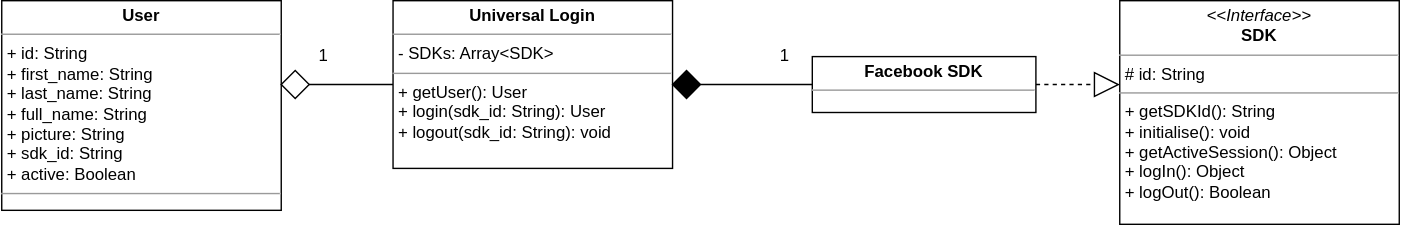
treeindev/uml-diagrams keeps this draw.io diagram as UML Class Diagrams/UML Class Diagram - Facebook SDK User.svg. Above is the earlier version. Source tidied: cells renumbered, new cells last; positions are measured from the earlier drawing's top-left corner, leaving out a move shared by most shapes.
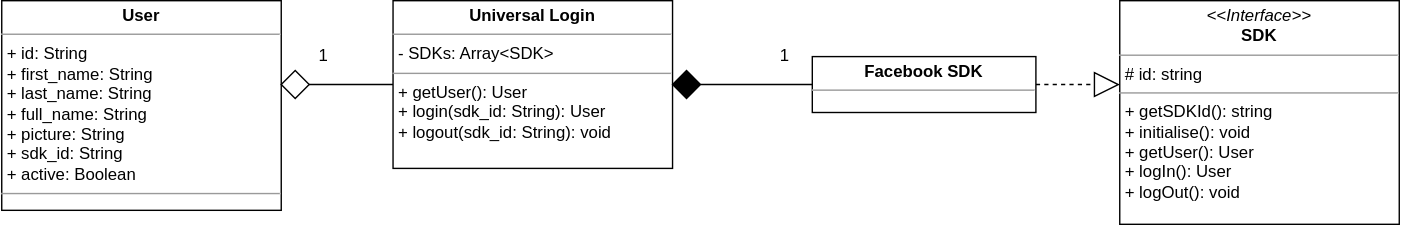
After the commit.

Change to the diagram source:
```diff
@@ -11,7 +11,7 @@
     <mxCell id="4" value="&lt;p style=&quot;margin: 0px ; margin-top: 4px ; text-align: center&quot;&gt;&lt;b&gt;Universal Login&lt;/b&gt;&lt;/p&gt;&lt;hr size=&quot;1&quot;&gt;&lt;p style=&quot;margin: 0px ; margin-left: 4px&quot;&gt;- SDKs: Array&amp;lt;SDK&amp;gt;&lt;/p&gt;&lt;hr size=&quot;1&quot;&gt;&lt;p style=&quot;margin: 0px ; margin-left: 4px&quot;&gt;+ getUser(): User&lt;/p&gt;&lt;p style=&quot;margin: 0px ; margin-left: 4px&quot;&gt;+ login(sdk_id: String): User&lt;/p&gt;&lt;p style=&quot;margin: 0px ; margin-left: 4px&quot;&gt;+ logout(sdk_id: String): void&lt;/p&gt;" style="verticalAlign=top;align=left;overflow=fill;fontSize=12;fontFamily=Helvetica;html=1;fillColor=default;" parent="1" vertex="1">
       <mxGeometry x="280" width="200" height="120" as="geometry" />
     </mxCell>
-    <mxCell id="5" value="&lt;p style=&quot;margin: 0px ; margin-top: 4px ; text-align: center&quot;&gt;&lt;i&gt;&amp;lt;&amp;lt;Interface&amp;gt;&amp;gt;&lt;/i&gt;&lt;br&gt;&lt;b&gt;SDK&lt;/b&gt;&lt;/p&gt;&lt;hr size=&quot;1&quot;&gt;&lt;p style=&quot;margin: 0px ; margin-left: 4px&quot;&gt;# id: String&lt;br&gt;&lt;/p&gt;&lt;hr size=&quot;1&quot;&gt;&lt;p style=&quot;margin: 0px ; margin-left: 4px&quot;&gt;+ getSDKId(): String&lt;/p&gt;&lt;p style=&quot;margin: 0px ; margin-left: 4px&quot;&gt;+ initialise(): void&lt;/p&gt;&lt;p style=&quot;margin: 0px ; margin-left: 4px&quot;&gt;+ getActiveSession(): Object&lt;/p&gt;&lt;p style=&quot;margin: 0px ; margin-left: 4px&quot;&gt;+ logIn(): Object&lt;/p&gt;&lt;p style=&quot;margin: 0px ; margin-left: 4px&quot;&gt;+ logOut(): Boolean&lt;/p&gt;" style="verticalAlign=top;align=left;overflow=fill;fontSize=12;fontFamily=Helvetica;html=1;" parent="1" vertex="1">
+    <mxCell id="5" value="&lt;p style=&quot;margin: 0px ; margin-top: 4px ; text-align: center&quot;&gt;&lt;i&gt;&amp;lt;&amp;lt;Interface&amp;gt;&amp;gt;&lt;/i&gt;&lt;br&gt;&lt;b&gt;SDK&lt;/b&gt;&lt;/p&gt;&lt;hr size=&quot;1&quot;&gt;&lt;p style=&quot;margin: 0px ; margin-left: 4px&quot;&gt;# id: string&lt;br&gt;&lt;/p&gt;&lt;hr size=&quot;1&quot;&gt;&lt;p style=&quot;margin: 0px ; margin-left: 4px&quot;&gt;+ getSDKId(): string&lt;/p&gt;&lt;p style=&quot;margin: 0px ; margin-left: 4px&quot;&gt;+ initialise(): void&lt;/p&gt;&lt;p style=&quot;margin: 0px ; margin-left: 4px&quot;&gt;+ getUser(): User&lt;/p&gt;&lt;p style=&quot;margin: 0px ; margin-left: 4px&quot;&gt;+ logIn(): User&lt;/p&gt;&lt;p style=&quot;margin: 0px ; margin-left: 4px&quot;&gt;+ logOut(): void&lt;/p&gt;" style="verticalAlign=top;align=left;overflow=fill;fontSize=12;fontFamily=Helvetica;html=1;" parent="1" vertex="1">
       <mxGeometry x="800" width="200" height="160" as="geometry" />
     </mxCell>
     <mxCell id="6" style="rhombus;whiteSpace=wrap;html=1;fillColor=default;" parent="1" vertex="1">
```
